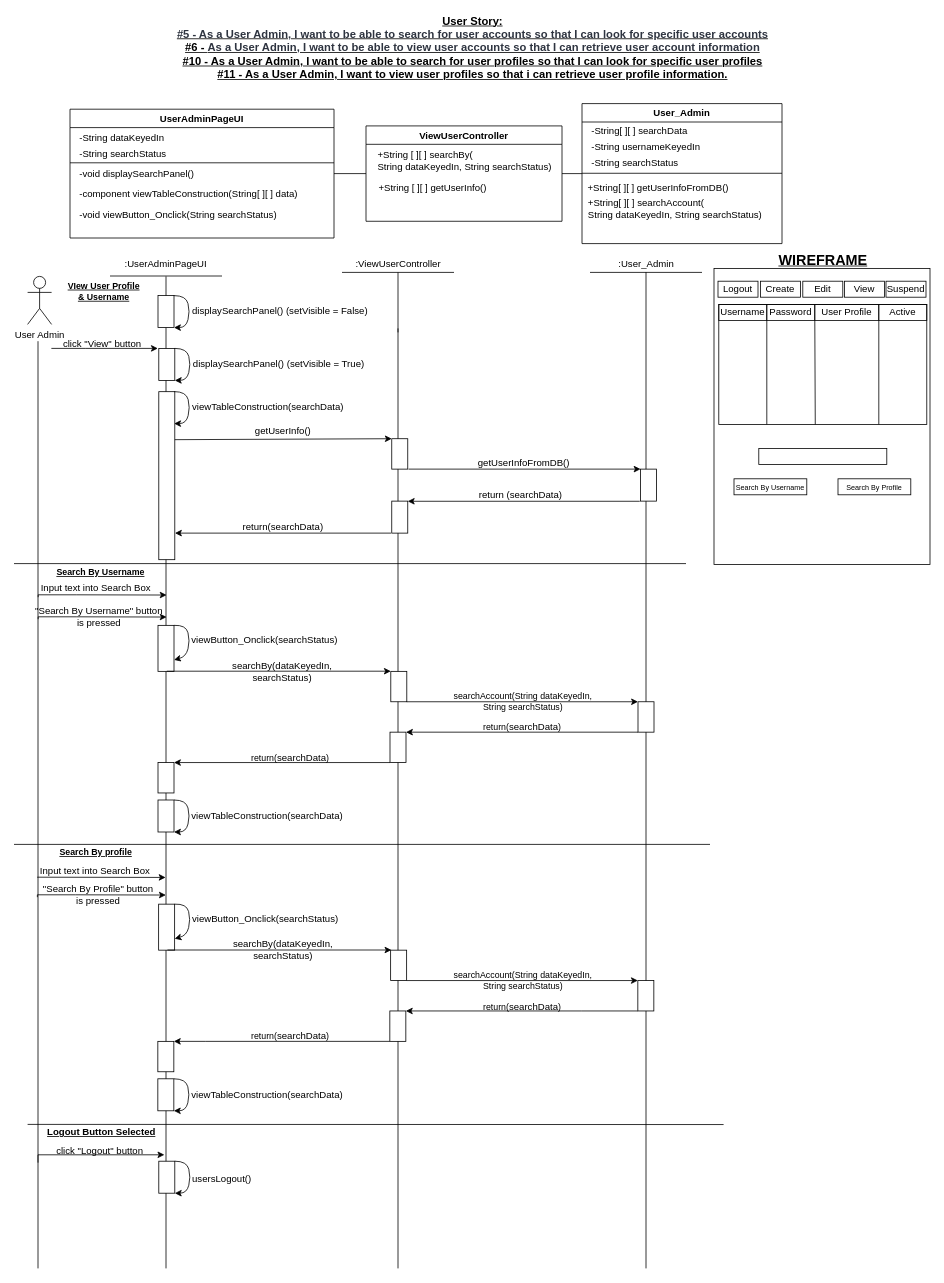
Earlier version of the draw.io diagram BCE_UML_and_Diagrams/UserAdmin_View(UserStory_5&6&10&11)/UserStory_5&6&10&11_BCE_Sequence.drawio (extred5700/JAVAGUI-Restaurant-Table-Order-System). Source tidied: cells renumbered, new cells numbered last; positions are measured from the earlier drawing's top-left corner, leaving out a move shared by most shapes. Both pictures are drawn from the tidied source at 80%, with x=0, y=0 at pixel (14, 15).
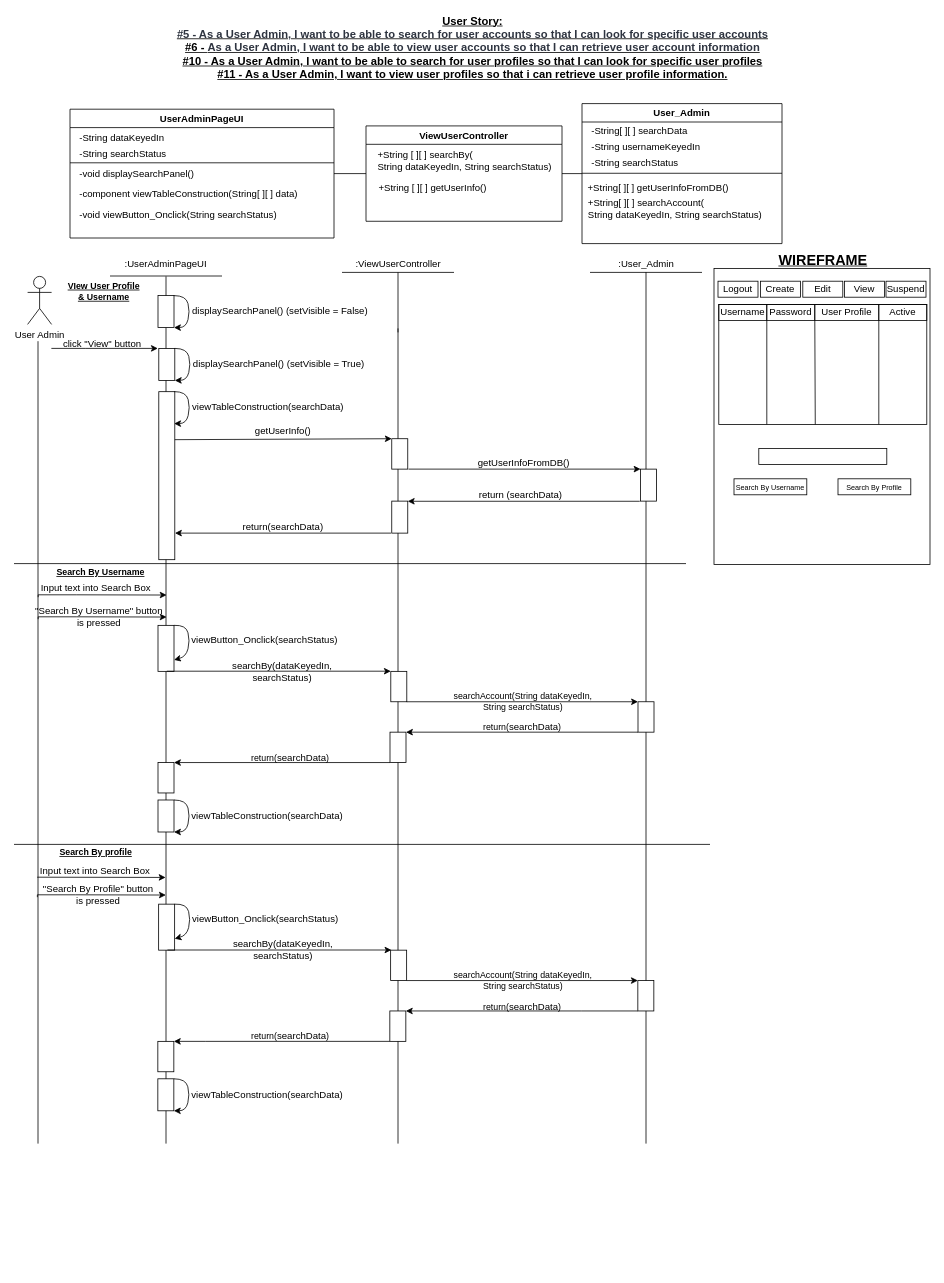
After the change.

Unchanged cells that the change refers to:
```xml
<mxCell id="28" value=":User_Admin" style="text;html=1;align=center;verticalAlign=middle;points=[];strokeColor=none;fillColor=none;" parent="1" vertex="1">
  <mxGeometry x="750" y="301" width="80" height="20" as="geometry" />
</mxCell>
```

What changed in the source:
```diff
@@
     <mxCell id="2" style="endArrow=none;html=1;rounded=0;startArrow=none;" parent="1" edge="1">
       <mxGeometry relative="1" as="geometry">
-        <mxPoint x="480" y="1566" as="sourcePoint" />
+        <mxPoint x="480" y="1410" as="sourcePoint" />
         <mxPoint x="480" y="391" as="targetPoint" />
       </mxGeometry>
     </mxCell>
@@
     <mxCell id="32" style="endArrow=none;html=1;rounded=0;entryX=0.5;entryY=0.982;entryDx=0;entryDy=0;entryPerimeter=0;" parent="1" edge="1" target="28">
       <mxGeometry relative="1" as="geometry">
-        <mxPoint x="790" y="1566" as="sourcePoint" />
+        <mxPoint x="790" y="1410" as="sourcePoint" />
       </mxGeometry>
     </mxCell>
-    <mxCell id="33" style="endArrow=none;html=1;rounded=0;" parent="1" edge="1">
-      <mxGeometry relative="1" as="geometry">
-        <mxPoint x="17" y="1386" as="sourcePoint" />
-        <mxPoint x="887" y="1386.2" as="targetPoint" />
-      </mxGeometry>
-    </mxCell>
@@
     <mxCell id="42" style="endArrow=none;html=1;rounded=0;fontSize=17;" parent="1" edge="1">
       <mxGeometry relative="1" as="geometry">
-        <mxPoint x="190" y="1566" as="sourcePoint" />
+        <mxPoint x="190" y="1410" as="sourcePoint" />
         <mxPoint x="190" y="326" as="targetPoint" />
       </mxGeometry>
     </mxCell>
@@
-    <mxCell id="55" value="Logout Button Selected" style="text;html=1;align=center;verticalAlign=middle;strokeColor=none;fillColor=none;fontStyle=5;" parent="1" vertex="1">
-      <mxGeometry x="34" y="1386" width="150" height="20" as="geometry" />
-    </mxCell>
@@
     <mxCell id="57" style="endArrow=none;html=1;rounded=0;fontSize=13;" parent="1" edge="1">
       <mxGeometry relative="1" as="geometry">
-        <mxPoint x="30" y="1566" as="sourcePoint" />
+        <mxPoint x="30" y="1410" as="sourcePoint" />
         <mxPoint x="30" y="407" as="targetPoint" />
       </mxGeometry>
     </mxCell>
@@
-    <mxCell id="94" style="curved=1;endArrow=classic;html=1;rounded=0;entryX=1;entryY=1;entryDx=0;entryDy=0;exitX=1;exitY=0;exitDx=0;exitDy=0;" parent="1" edge="1" source="95" target="95">
-      <mxGeometry relative="1" as="geometry">
-        <Array as="points">
-          <mxPoint x="216" y="1432" />
-          <mxPoint x="221" y="1452" />
-          <mxPoint x="216" y="1472" />
-        </Array>
-      </mxGeometry>
-    </mxCell>
-    <mxCell id="95" style="rounded=0;whiteSpace=wrap;html=1;" parent="1" vertex="1">
-      <mxGeometry x="181" y="1432" width="20" height="40" as="geometry" />
-    </mxCell>
-    <mxCell id="96" value="usersLogout()" style="text;html=1;align=left;verticalAlign=middle;strokeColor=none;fillColor=none;" parent="1" vertex="1">
-      <mxGeometry x="221" y="1443.6" width="90" height="20" as="geometry" />
-    </mxCell>
-    <mxCell id="97" style="edgeStyle=orthogonalEdgeStyle;rounded=0;orthogonalLoop=1;jettySize=auto;html=1;entryX=0;entryY=0;entryDx=0;entryDy=0;" parent="1" edge="1">
-      <mxGeometry relative="1" as="geometry">
-        <mxPoint x="30" y="1433.8" as="sourcePoint" />
-        <mxPoint x="188" y="1424" as="targetPoint" />
-        <Array as="points">
-          <mxPoint x="98" y="1424" />
-          <mxPoint x="98" y="1424" />
-        </Array>
-      </mxGeometry>
-    </mxCell>
-    <mxCell id="98" value="click &quot;Logout&quot; button" style="text;html=1;align=center;verticalAlign=middle;strokeColor=none;fillColor=none;" parent="1" vertex="1">
-      <mxGeometry x="47" y="1409" width="120" height="20" as="geometry" />
-    </mxCell>
```
